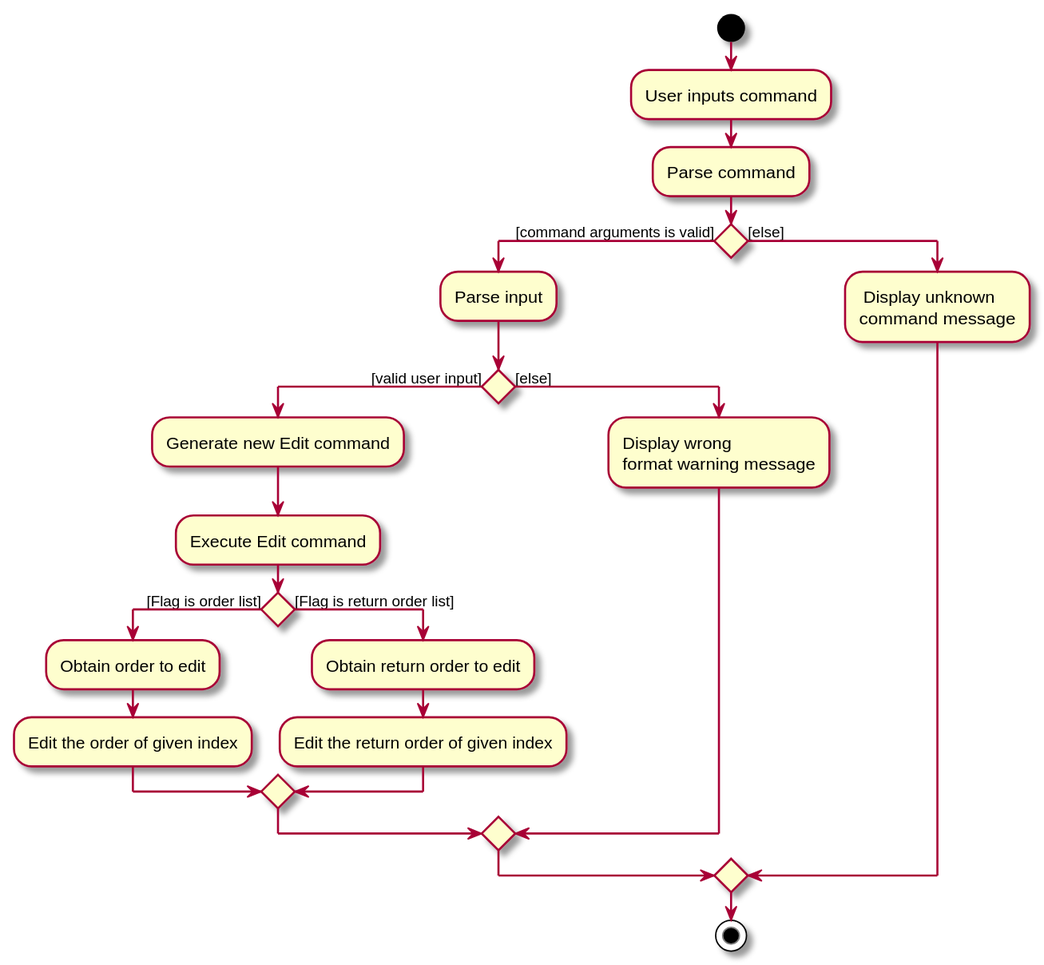
Above: docs/images/EditCommandActivityDiagram.svg in nus-cs2103-AY1920S2/addressbook-level3 (PlantUML), before the change.
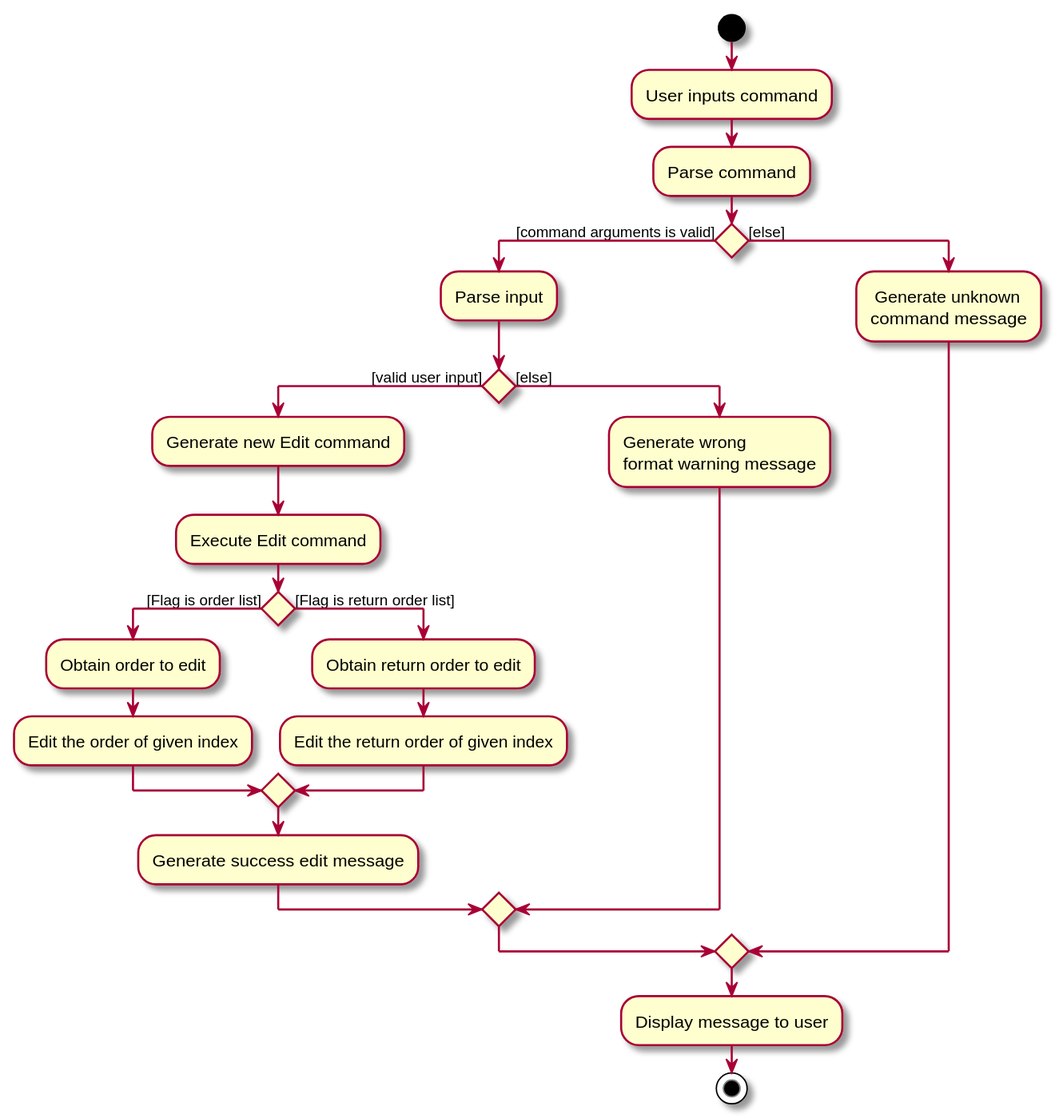
After the change.

Diff of the diagram source:
```diff
@@ -15,14 +15,15 @@
         :Obtain return order to edit;
         :Edit the return order of given index;
         endif
+        :Generate success edit message;
     else ([else])
-        :Display wrong
+        :Generate wrong
         format warning message;
     endif
 else ([else])
-    : Display unknown
+    : Generate unknown
     command message;
 endif
-
+:Display message to user;
 stop
 @enduml
```
